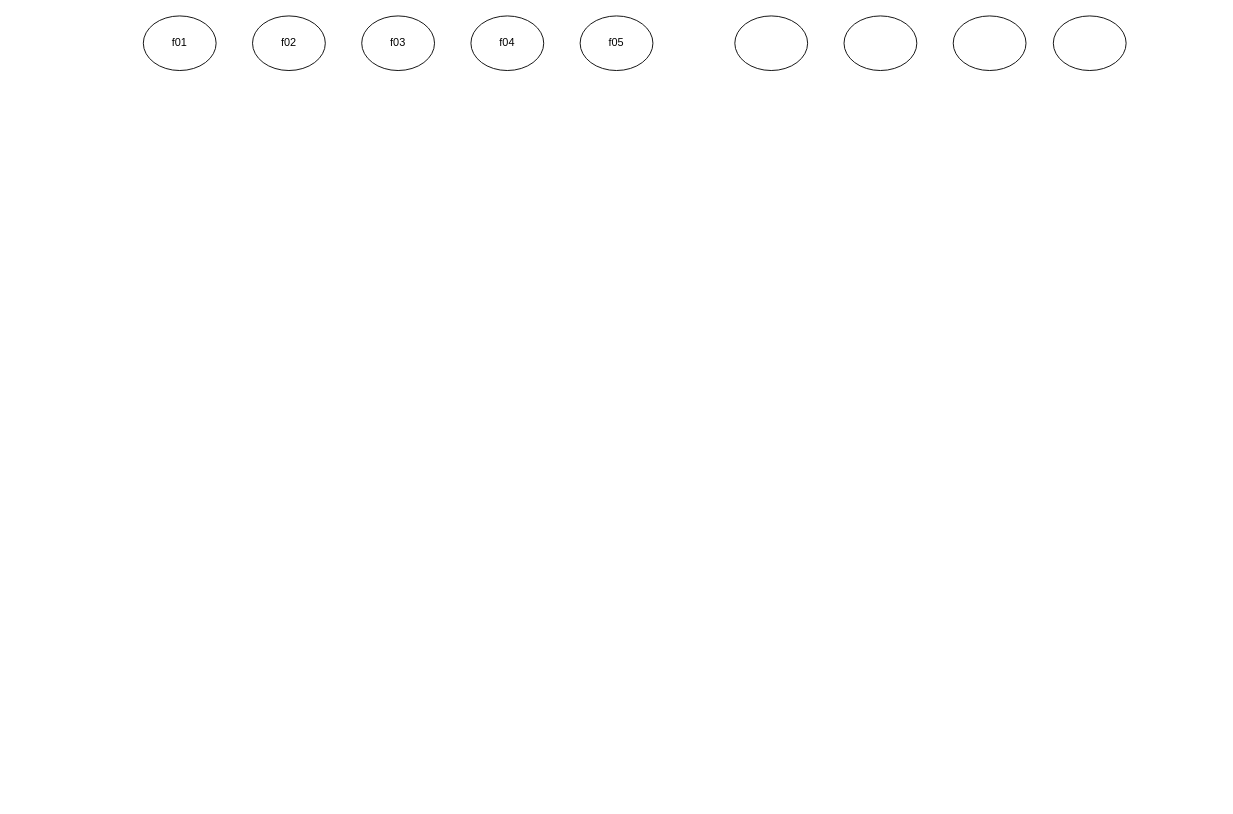
Earlier version of the draw.io diagram tasktreenode.drawio (gebifeixiang/investment). Source tidied: cells renumbered, new cells numbered last; positions are measured from the earlier drawing's top-left corner, leaving out a move shared by most shapes. Both pictures are drawn from the tidied source at 91%, with x=0, y=0 at pixel (143, 15).
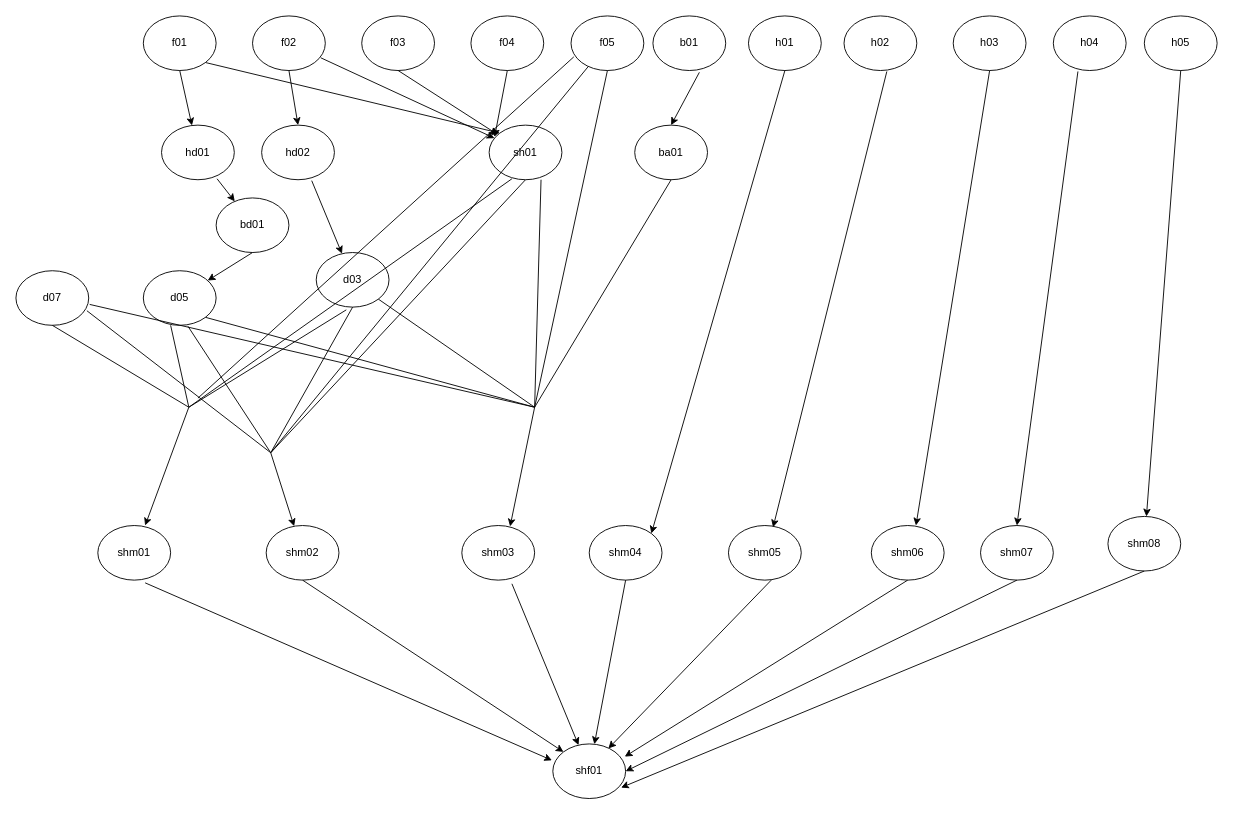
The same page after the edit.

Unchanged cells that the change refers to:
```xml
<mxCell id="2" value="&lt;span lang=&quot;EN-US&quot;&gt;f04&lt;/span&gt;" style="ellipse;whiteSpace=wrap;html=1;" parent="1" vertex="1">
  <mxGeometry x="360" width="80" height="60" as="geometry" />
</mxCell>
<mxCell id="3" value="f01" style="ellipse;whiteSpace=wrap;html=1;" parent="1" vertex="1">
  <mxGeometry width="80" height="60" as="geometry" />
</mxCell>
<mxCell id="4" value="&lt;span lang=&quot;EN-US&quot;&gt;f02&lt;/span&gt;" style="ellipse;whiteSpace=wrap;html=1;" parent="1" vertex="1">
  <mxGeometry x="120" width="80" height="60" as="geometry" />
</mxCell>
<mxCell id="5" value="&lt;span lang=&quot;EN-US&quot;&gt;f03&lt;/span&gt;" style="ellipse;whiteSpace=wrap;html=1;" parent="1" vertex="1">
  <mxGeometry x="240" width="80" height="60" as="geometry" />
</mxCell>
```

What changed in the source:
```diff
@@
-    <mxCell id="6" style="ellipse;whiteSpace=wrap;html=1;" parent="1" vertex="1">
+    <mxCell id="6" value="h04" style="ellipse;whiteSpace=wrap;html=1;" parent="1" vertex="1">
       <mxGeometry x="1000" width="80" height="60" as="geometry" />
     </mxCell>
-    <mxCell id="7" style="ellipse;whiteSpace=wrap;html=1;" parent="1" vertex="1">
+    <mxCell id="7" value="h03" style="ellipse;whiteSpace=wrap;html=1;" parent="1" vertex="1">
       <mxGeometry x="890" width="80" height="60" as="geometry" />
     </mxCell>
-    <mxCell id="8" style="ellipse;whiteSpace=wrap;html=1;" parent="1" vertex="1">
+    <mxCell id="8" value="h02" style="ellipse;whiteSpace=wrap;html=1;" parent="1" vertex="1">
       <mxGeometry x="770" width="80" height="60" as="geometry" />
     </mxCell>
-    <mxCell id="9" style="ellipse;whiteSpace=wrap;html=1;" parent="1" vertex="1">
-      <mxGeometry x="650" width="80" height="60" as="geometry" />
+    <mxCell id="9" value="h01" style="ellipse;whiteSpace=wrap;html=1;" parent="1" vertex="1">
+      <mxGeometry x="665" width="80" height="60" as="geometry" />
     </mxCell>
     <mxCell id="10" value="&lt;span lang=&quot;EN-US&quot;&gt;f05&lt;/span&gt;" style="ellipse;whiteSpace=wrap;html=1;" parent="1" vertex="1">
-      <mxGeometry x="480" width="80" height="60" as="geometry" />
+      <mxGeometry x="470" width="80" height="60" as="geometry" />
     </mxCell>
+    <mxCell id="11" value="h05" style="ellipse;whiteSpace=wrap;html=1;" parent="1" vertex="1">
+      <mxGeometry x="1100" width="80" height="60" as="geometry" />
+    </mxCell>
+    <mxCell id="12" value="hd01" style="ellipse;whiteSpace=wrap;html=1;" parent="1" vertex="1">
+      <mxGeometry x="20" y="120" width="80" height="60" as="geometry" />
+    </mxCell>
+    <mxCell id="13" value="hd02" style="ellipse;whiteSpace=wrap;html=1;" parent="1" vertex="1">
+      <mxGeometry x="130" y="120" width="80" height="60" as="geometry" />
+    </mxCell>
+    <mxCell id="14" value="b01" style="ellipse;whiteSpace=wrap;html=1;" parent="1" vertex="1">
+      <mxGeometry x="560" width="80" height="60" as="geometry" />
+    </mxCell>
+    <mxCell id="15" value="ba01" style="ellipse;whiteSpace=wrap;html=1;" parent="1" vertex="1">
+      <mxGeometry x="540" y="120" width="80" height="60" as="geometry" />
+    </mxCell>
+    <mxCell id="16" value="shm05" style="ellipse;whiteSpace=wrap;html=1;" parent="1" vertex="1">
+      <mxGeometry x="643" y="560" width="80" height="60" as="geometry" />
+    </mxCell>
+    <mxCell id="17" value="shm04" style="ellipse;whiteSpace=wrap;html=1;" parent="1" vertex="1">
+      <mxGeometry x="490" y="560" width="80" height="60" as="geometry" />
+    </mxCell>
+    <mxCell id="18" value="shm03" style="ellipse;whiteSpace=wrap;html=1;" parent="1" vertex="1">
+      <mxGeometry x="350" y="560" width="80" height="60" as="geometry" />
+    </mxCell>
+    <mxCell id="19" value="shm02" style="ellipse;whiteSpace=wrap;html=1;" parent="1" vertex="1">
+      <mxGeometry x="135" y="560" width="80" height="60" as="geometry" />
+    </mxCell>
+    <mxCell id="20" value="shm01" style="ellipse;whiteSpace=wrap;html=1;" parent="1" vertex="1">
+      <mxGeometry x="-50" y="560" width="80" height="60" as="geometry" />
+    </mxCell>
+    <mxCell id="21" value="shm08" style="ellipse;whiteSpace=wrap;html=1;" parent="1" vertex="1">
+      <mxGeometry x="1060" y="550" width="80" height="60" as="geometry" />
+    </mxCell>
+    <mxCell id="22" value="shm07" style="ellipse;whiteSpace=wrap;html=1;" parent="1" vertex="1">
+      <mxGeometry x="920" y="560" width="80" height="60" as="geometry" />
+    </mxCell>
+    <mxCell id="23" value="shm06" style="ellipse;whiteSpace=wrap;html=1;" parent="1" vertex="1">
+      <mxGeometry x="800" y="560" width="80" height="60" as="geometry" />
+    </mxCell>
+    <mxCell id="24" value="shf01" style="ellipse;whiteSpace=wrap;html=1;" parent="1" vertex="1">
+      <mxGeometry x="450" y="800" width="80" height="60" as="geometry" />
+    </mxCell>
+    <mxCell id="25" style="endArrow=classic;html=1;exitX=0.5;exitY=1;exitDx=0;exitDy=0;" parent="1" edge="1" source="3" target="12">
+      <mxGeometry relative="1" as="geometry" />
+    </mxCell>
+    <mxCell id="26" style="endArrow=classic;html=1;exitX=0.5;exitY=1;exitDx=0;exitDy=0;entryX=0.5;entryY=0;entryDx=0;entryDy=0;" parent="1" edge="1" source="4" target="13">
+      <mxGeometry relative="1" as="geometry" />
+    </mxCell>
+    <mxCell id="27" style="endArrow=classic;html=1;exitX=1;exitY=1;exitDx=0;exitDy=0;entryX=0;entryY=0;entryDx=0;entryDy=0;" parent="1" edge="1" source="3" target="35">
+      <mxGeometry relative="1" as="geometry" />
+    </mxCell>
+    <mxCell id="28" style="endArrow=classic;html=1;exitX=0.938;exitY=0.767;exitDx=0;exitDy=0;exitPerimeter=0;" parent="1" edge="1" source="4" target="35">
+      <mxGeometry relative="1" as="geometry" />
+    </mxCell>
+    <mxCell id="29" style="endArrow=classic;html=1;exitX=0.5;exitY=1;exitDx=0;exitDy=0;" parent="1" edge="1" source="5" target="35">
+      <mxGeometry relative="1" as="geometry" />
+    </mxCell>
+    <mxCell id="30" style="endArrow=classic;html=1;exitX=0.65;exitY=1.05;exitDx=0;exitDy=0;exitPerimeter=0;entryX=-0.012;entryY=0.3;entryDx=0;entryDy=0;entryPerimeter=0;" parent="1" edge="1" source="20" target="24">
+      <mxGeometry relative="1" as="geometry" />
+    </mxCell>
+    <mxCell id="31" style="endArrow=classic;html=1;exitX=0.5;exitY=1;exitDx=0;exitDy=0;entryX=0;entryY=0;entryDx=0;entryDy=0;" parent="1" edge="1" source="19" target="24">
+      <mxGeometry relative="1" as="geometry" />
+    </mxCell>
+    <mxCell id="32" style="endArrow=classic;html=1;exitX=0.688;exitY=1.067;exitDx=0;exitDy=0;exitPerimeter=0;" parent="1" edge="1" source="18" target="24">
+      <mxGeometry relative="1" as="geometry" />
+    </mxCell>
+    <mxCell id="33" value="d07" style="ellipse;whiteSpace=wrap;html=1;" parent="1" vertex="1">
+      <mxGeometry x="-140" y="280" width="80" height="60" as="geometry" />
+    </mxCell>
+    <mxCell id="34" style="endArrow=classic;html=1;exitX=0.638;exitY=1.033;exitDx=0;exitDy=0;exitPerimeter=0;entryX=0.5;entryY=0;entryDx=0;entryDy=0;" parent="1" edge="1" source="14" target="15">
+      <mxGeometry relative="1" as="geometry" />
+    </mxCell>
+    <mxCell id="35" value="sh01" style="ellipse;whiteSpace=wrap;html=1;" parent="1" vertex="1">
+      <mxGeometry x="380" y="120" width="80" height="60" as="geometry" />
+    </mxCell>
+    <mxCell id="36" value="bd01" style="ellipse;whiteSpace=wrap;html=1;" parent="1" vertex="1">
+      <mxGeometry x="80" y="200" width="80" height="60" as="geometry" />
+    </mxCell>
+    <mxCell id="37" style="endArrow=classic;html=1;exitX=0.763;exitY=0.983;exitDx=0;exitDy=0;exitPerimeter=0;" parent="1" edge="1" source="12" target="36">
+      <mxGeometry relative="1" as="geometry" />
+    </mxCell>
+    <mxCell id="38" value="d05" style="ellipse;whiteSpace=wrap;html=1;" parent="1" vertex="1">
+      <mxGeometry y="280" width="80" height="60" as="geometry" />
+    </mxCell>
+    <mxCell id="39" style="endArrow=classic;html=1;exitX=0.5;exitY=1;exitDx=0;exitDy=0;" parent="1" edge="1" source="36" target="38">
+      <mxGeometry relative="1" as="geometry" />
+    </mxCell>
+    <mxCell id="40" value="d03" style="ellipse;whiteSpace=wrap;html=1;" parent="1" vertex="1">
+      <mxGeometry x="190" y="260" width="80" height="60" as="geometry" />
+    </mxCell>
+    <mxCell id="41" style="endArrow=classic;html=1;exitX=0.688;exitY=1.017;exitDx=0;exitDy=0;exitPerimeter=0;" parent="1" edge="1" source="13" target="40">
+      <mxGeometry relative="1" as="geometry" />
+    </mxCell>
+    <mxCell id="42" style="endArrow=none;html=1;entryX=0.375;entryY=1;entryDx=0;entryDy=0;entryPerimeter=0;" parent="1" edge="1" target="38">
+      <mxGeometry relative="1" as="geometry">
+        <mxPoint x="50" y="430" as="sourcePoint" />
+      </mxGeometry>
+    </mxCell>
+    <mxCell id="43" style="endArrow=none;html=1;entryX=0.413;entryY=1.05;entryDx=0;entryDy=0;entryPerimeter=0;" parent="1" edge="1" target="40">
+      <mxGeometry relative="1" as="geometry">
+        <mxPoint x="50" y="430" as="sourcePoint" />
+      </mxGeometry>
+    </mxCell>
+    <mxCell id="44" style="endArrow=none;html=1;entryX=0.5;entryY=1;entryDx=0;entryDy=0;" parent="1" edge="1" target="33">
+      <mxGeometry relative="1" as="geometry">
+        <mxPoint x="50" y="430" as="sourcePoint" />
+      </mxGeometry>
+    </mxCell>
+    <mxCell id="45" style="endArrow=classic;html=1;entryX=0.65;entryY=0;entryDx=0;entryDy=0;entryPerimeter=0;" parent="1" edge="1" target="20">
+      <mxGeometry relative="1" as="geometry">
+        <mxPoint x="50" y="430" as="sourcePoint" />
+      </mxGeometry>
+    </mxCell>
+    <mxCell id="46" style="endArrow=none;html=1;entryX=0.313;entryY=0.983;entryDx=0;entryDy=0;entryPerimeter=0;" parent="1" edge="1" target="35">
+      <mxGeometry relative="1" as="geometry">
+        <mxPoint x="50" y="430" as="sourcePoint" />
+      </mxGeometry>
+    </mxCell>
+    <mxCell id="47" style="endArrow=none;html=1;entryX=0.975;entryY=0.733;entryDx=0;entryDy=0;entryPerimeter=0;" parent="1" edge="1" target="33">
+      <mxGeometry relative="1" as="geometry">
+        <mxPoint x="140" y="480" as="sourcePoint" />
+      </mxGeometry>
+    </mxCell>
+    <mxCell id="48" style="endArrow=none;html=1;entryX=0.613;entryY=1.017;entryDx=0;entryDy=0;entryPerimeter=0;" parent="1" edge="1" target="38">
+      <mxGeometry relative="1" as="geometry">
+        <mxPoint x="140" y="480" as="sourcePoint" />
+      </mxGeometry>
+    </mxCell>
+    <mxCell id="49" style="endArrow=none;html=1;entryX=0.5;entryY=1;entryDx=0;entryDy=0;" parent="1" edge="1" target="40">
+      <mxGeometry relative="1" as="geometry">
+        <mxPoint x="140" y="480" as="sourcePoint" />
+      </mxGeometry>
+    </mxCell>
+    <mxCell id="50" style="endArrow=none;html=1;entryX=0.5;entryY=1;entryDx=0;entryDy=0;" parent="1" edge="1" target="35">
+      <mxGeometry relative="1" as="geometry">
+        <mxPoint x="140" y="480" as="sourcePoint" />
+      </mxGeometry>
+    </mxCell>
+    <mxCell id="51" style="endArrow=classic;html=1;" parent="1" edge="1" target="19">
+      <mxGeometry relative="1" as="geometry">
+        <mxPoint x="140" y="480" as="sourcePoint" />
+      </mxGeometry>
+    </mxCell>
+    <mxCell id="52" style="endArrow=none;html=1;entryX=0.5;entryY=1;entryDx=0;entryDy=0;" parent="1" edge="1" target="15">
+      <mxGeometry relative="1" as="geometry">
+        <mxPoint x="430" y="430" as="sourcePoint" />
+      </mxGeometry>
+    </mxCell>
+    <mxCell id="53" style="endArrow=none;html=1;entryX=0.713;entryY=1;entryDx=0;entryDy=0;entryPerimeter=0;" parent="1" edge="1" target="35">
+      <mxGeometry relative="1" as="geometry">
+        <mxPoint x="430" y="430" as="sourcePoint" />
+      </mxGeometry>
+    </mxCell>
+    <mxCell id="54" style="endArrow=none;html=1;entryX=1;entryY=1;entryDx=0;entryDy=0;" parent="1" edge="1" target="40">
+      <mxGeometry relative="1" as="geometry">
+        <mxPoint x="430" y="430" as="sourcePoint" />
+      </mxGeometry>
+    </mxCell>
+    <mxCell id="55" style="endArrow=none;html=1;entryX=1;entryY=1;entryDx=0;entryDy=0;" parent="1" edge="1" target="38">
+      <mxGeometry relative="1" as="geometry">
+        <mxPoint x="430" y="430" as="sourcePoint" />
+      </mxGeometry>
+    </mxCell>
+    <mxCell id="56" style="endArrow=none;html=1;entryX=1.013;entryY=0.617;entryDx=0;entryDy=0;entryPerimeter=0;" parent="1" edge="1" target="33">
+      <mxGeometry relative="1" as="geometry">
+        <mxPoint x="430" y="430" as="sourcePoint" />
+      </mxGeometry>
+    </mxCell>
+    <mxCell id="57" style="endArrow=classic;html=1;exitX=0.5;exitY=1;exitDx=0;exitDy=0;entryX=1;entryY=0;entryDx=0;entryDy=0;" parent="1" edge="1" source="9" target="17">
+      <mxGeometry relative="1" as="geometry" />
+    </mxCell>
+    <mxCell id="58" style="endArrow=classic;html=1;exitX=0.588;exitY=1.017;exitDx=0;exitDy=0;exitPerimeter=0;entryX=0.613;entryY=0.033;entryDx=0;entryDy=0;entryPerimeter=0;" parent="1" edge="1" source="8" target="16">
+      <mxGeometry relative="1" as="geometry" />
+    </mxCell>
+    <mxCell id="59" style="endArrow=classic;html=1;exitX=0.5;exitY=1;exitDx=0;exitDy=0;entryX=0.613;entryY=0;entryDx=0;entryDy=0;entryPerimeter=0;" parent="1" edge="1" source="7" target="23">
+      <mxGeometry relative="1" as="geometry" />
+    </mxCell>
+    <mxCell id="60" style="endArrow=classic;html=1;exitX=0.338;exitY=1.017;exitDx=0;exitDy=0;exitPerimeter=0;entryX=0.5;entryY=0;entryDx=0;entryDy=0;" parent="1" edge="1" source="6" target="22">
+      <mxGeometry relative="1" as="geometry" />
+    </mxCell>
+    <mxCell id="61" style="endArrow=classic;html=1;exitX=0.5;exitY=1;exitDx=0;exitDy=0;" parent="1" edge="1" source="11" target="21">
+      <mxGeometry relative="1" as="geometry" />
+    </mxCell>
+    <mxCell id="62" style="endArrow=classic;html=1;exitX=0.5;exitY=1;exitDx=0;exitDy=0;" parent="1" edge="1" source="17" target="24">
+      <mxGeometry relative="1" as="geometry" />
+    </mxCell>
+    <mxCell id="63" style="endArrow=classic;html=1;exitX=0.588;exitY=1;exitDx=0;exitDy=0;exitPerimeter=0;entryX=0.763;entryY=0.083;entryDx=0;entryDy=0;entryPerimeter=0;" parent="1" edge="1" source="16" target="24">
+      <mxGeometry relative="1" as="geometry" />
+    </mxCell>
+    <mxCell id="64" style="endArrow=classic;html=1;exitX=0.5;exitY=1;exitDx=0;exitDy=0;entryX=0.988;entryY=0.233;entryDx=0;entryDy=0;entryPerimeter=0;" parent="1" edge="1" source="23" target="24">
+      <mxGeometry relative="1" as="geometry" />
+    </mxCell>
+    <mxCell id="65" style="endArrow=classic;html=1;exitX=0.5;exitY=1;exitDx=0;exitDy=0;entryX=1;entryY=0.5;entryDx=0;entryDy=0;" parent="1" edge="1" source="22" target="24">
+      <mxGeometry relative="1" as="geometry" />
+    </mxCell>
+    <mxCell id="66" style="endArrow=classic;html=1;exitX=0.5;exitY=1;exitDx=0;exitDy=0;entryX=0.938;entryY=0.8;entryDx=0;entryDy=0;entryPerimeter=0;" parent="1" edge="1" source="21" target="24">
+      <mxGeometry relative="1" as="geometry" />
+    </mxCell>
+    <mxCell id="67" style="endArrow=none;html=1;entryX=0.5;entryY=1;entryDx=0;entryDy=0;" parent="1" edge="1" target="10">
+      <mxGeometry relative="1" as="geometry">
+        <mxPoint x="430" y="430" as="sourcePoint" />
+      </mxGeometry>
+    </mxCell>
+    <mxCell id="68" style="endArrow=none;html=1;" parent="1" edge="1" target="10">
+      <mxGeometry relative="1" as="geometry">
+        <mxPoint x="140" y="480" as="sourcePoint" />
+      </mxGeometry>
+    </mxCell>
+    <mxCell id="69" style="endArrow=none;html=1;entryX=0.038;entryY=0.75;entryDx=0;entryDy=0;entryPerimeter=0;" parent="1" edge="1" target="10">
+      <mxGeometry relative="1" as="geometry">
+        <mxPoint x="60" y="420" as="sourcePoint" />
+      </mxGeometry>
+    </mxCell>
+    <mxCell id="70" style="endArrow=classic;html=1;exitX=0.5;exitY=1;exitDx=0;exitDy=0;entryX=0.075;entryY=0.217;entryDx=0;entryDy=0;entryPerimeter=0;" parent="1" edge="1" source="2" target="35">
+      <mxGeometry relative="1" as="geometry" />
+    </mxCell>
+    <mxCell id="71" style="endArrow=classic;html=1;entryX=0.663;entryY=0.017;entryDx=0;entryDy=0;entryPerimeter=0;" parent="1" edge="1" target="18">
+      <mxGeometry relative="1" as="geometry">
+        <mxPoint x="430" y="430" as="sourcePoint" />
+      </mxGeometry>
+    </mxCell>
```
